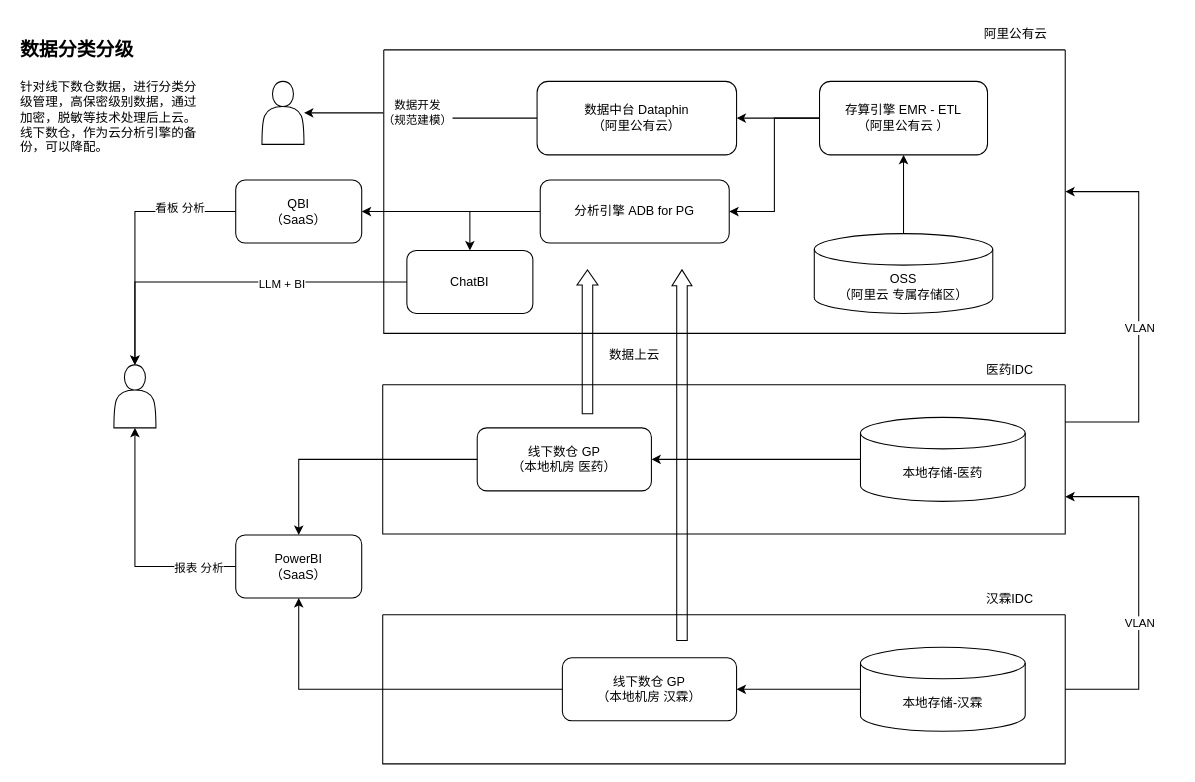
The draw.io diagram public/医药数据中台及BI.drawio in leestar991/agi-proxy, before the edit. Source tidied: cells renumbered, new cells numbered last; positions are measured from the earlier drawing's top-left corner, leaving out a move shared by most shapes. Both pictures are drawn from the tidied source at 105%, with x=0, y=0 at pixel (18, 18).
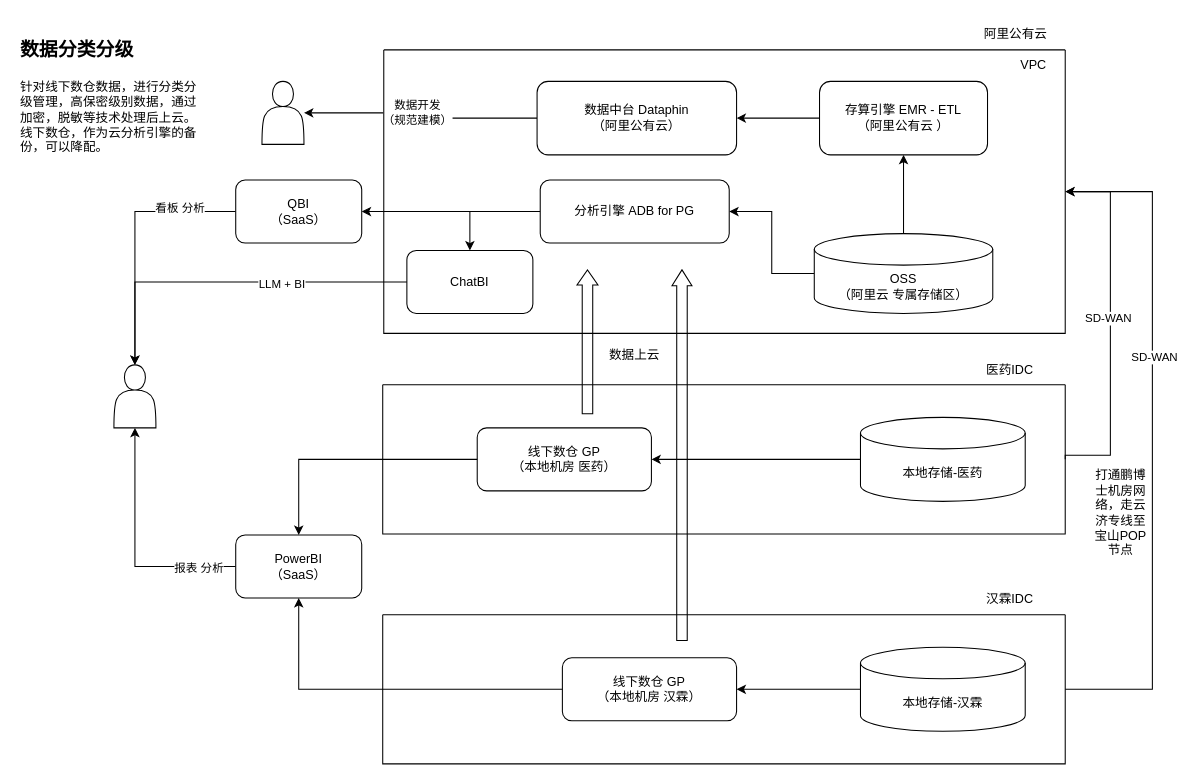
After the change.

Commit message:
更新医药数据中台及BI.drawio

The change refers to these unchanged cells:
```xml
<mxCell id="7" value="存算引擎&amp;nbsp;&lt;span style=&quot;background-color: initial;&quot;&gt;EMR - ETL&lt;/span&gt;&lt;div&gt;&lt;span style=&quot;background-color: initial;&quot;&gt;（阿里公有云 ）&lt;/span&gt;&lt;/div&gt;" style="rounded=1;whiteSpace=wrap;html=1;" parent="1" vertex="1">
  <mxGeometry x="763" y="60" width="160" height="70" as="geometry" />
</mxCell>
<mxCell id="9" value="OSS&lt;div&gt;（阿里云 专属存储区）&lt;/div&gt;" style="shape=cylinder3;whiteSpace=wrap;html=1;boundedLbl=1;backgroundOutline=1;size=15;" parent="1" vertex="1">
  <mxGeometry x="758" y="205" width="170" height="76" as="geometry" />
</mxCell>
<mxCell id="13" value="分析引擎 ADB for PG" style="rounded=1;whiteSpace=wrap;html=1;" parent="1" vertex="1">
  <mxGeometry x="497" y="154" width="180" height="60" as="geometry" />
</mxCell>
<mxCell id="24" style="swimlane;startSize=0;" parent="21" vertex="1">
  <mxGeometry y="29" width="650" height="142" as="geometry" />
</mxCell>
<mxCell id="31" style="swimlane;startSize=0;" parent="28" vertex="1">
  <mxGeometry y="30" width="650" height="142" as="geometry" />
</mxCell>
<mxCell id="34" style="swimlane;startSize=0;" parent="1" vertex="1">
  <mxGeometry x="348" y="30" width="649" height="270" as="geometry" />
</mxCell>
```

Diff of the diagram source:
```diff
@@
-    <mxCell id="6" style="edgeStyle=orthogonalEdgeStyle;rounded=0;jettySize=auto;html=1;entryX=1;entryY=0.5;entryDx=0;entryDy=0;" parent="1" edge="1" source="7" target="13">
-      <mxGeometry relative="1" as="geometry" />
-    </mxCell>
@@
+    <mxCell id="48" style="edgeStyle=orthogonalEdgeStyle;rounded=0;jettySize=auto;html=1;" parent="1" edge="1" source="9" target="13">
+      <mxGeometry relative="1" as="geometry" />
+    </mxCell>
@@
+    <mxCell id="49" value="VPC" style="text;html=1;align=center;verticalAlign=middle;whiteSpace=wrap;rounded=0;" parent="34" vertex="1">
+      <mxGeometry x="589" width="60" height="30" as="geometry" />
+    </mxCell>
@@
-    <mxCell id="37" style="edgeStyle=orthogonalEdgeStyle;rounded=0;jettySize=auto;html=1;entryX=1;entryY=0.5;entryDx=0;entryDy=0;exitX=1;exitY=0.25;exitDx=0;exitDy=0;" parent="1" edge="1" source="24" target="34">
+    <mxCell id="37" style="edgeStyle=orthogonalEdgeStyle;rounded=0;jettySize=auto;html=1;entryX=1;entryY=0.5;entryDx=0;entryDy=0;exitX=1;exitY=0.5;exitDx=0;exitDy=0;" parent="1" edge="1" source="24" target="34">
       <mxGeometry relative="1" as="geometry">
         <Array as="points">
-          <mxPoint x="1067" y="385" />
-          <mxPoint x="1067" y="165" />
+          <mxPoint x="997" y="416" />
+          <mxPoint x="1040" y="416" />
+          <mxPoint x="1040" y="165" />
         </Array>
       </mxGeometry>
     </mxCell>
-    <mxCell id="38" value="VLAN" style="edgeLabel;html=1;align=center;verticalAlign=middle;" parent="37" vertex="1">
-      <mxGeometry x="-0.11" relative="1" as="geometry" />
-    </mxCell>
-    <mxCell id="39" style="edgeStyle=orthogonalEdgeStyle;rounded=0;jettySize=auto;html=1;entryX=1;entryY=0.75;entryDx=0;entryDy=0;exitX=1;exitY=0.5;exitDx=0;exitDy=0;" parent="1" edge="1" source="31" target="24">
-      <mxGeometry relative="1" as="geometry">
-        <Array as="points">
-          <mxPoint x="1067" y="639" />
-          <mxPoint x="1067" y="456" />
-        </Array>
-      </mxGeometry>
-    </mxCell>
-    <mxCell id="40" value="VLAN" style="edgeLabel;html=1;align=center;verticalAlign=middle;" parent="39" vertex="1">
-      <mxGeometry x="-0.17" relative="1" as="geometry" />
-    </mxCell>
+    <mxCell id="50" value="SD-WAN" style="edgeLabel;html=1;align=center;verticalAlign=middle;" parent="37" vertex="1">
+      <mxGeometry x="0.05" y="3" relative="1" as="geometry">
+        <mxPoint y="1" as="offset" />
+      </mxGeometry>
+    </mxCell>
@@
-    <mxCell id="43" style="shape=flexArrow;endArrow=classic;html=1;rounded=0;endWidth=8;endSize=4.73;entryX=0.75;entryY=1;entryDx=0;entryDy=0;" parent="1" edge="1">
-      <mxGeometry relative="1" as="geometry">
-        <mxPoint x="632" y="593" as="sourcePoint" />
-        <mxPoint x="632" y="239" as="targetPoint" />
-      </mxGeometry>
-    </mxCell>
@@
+    <mxCell id="43" style="shape=flexArrow;endArrow=classic;html=1;rounded=0;endWidth=8;endSize=4.73;entryX=0.75;entryY=1;entryDx=0;entryDy=0;" parent="1" edge="1">
+      <mxGeometry relative="1" as="geometry">
+        <mxPoint x="632" y="593" as="sourcePoint" />
+        <mxPoint x="632" y="239" as="targetPoint" />
+      </mxGeometry>
+    </mxCell>
+    <mxCell id="51" style="edgeStyle=orthogonalEdgeStyle;rounded=0;jettySize=auto;html=1;entryX=1;entryY=0.5;entryDx=0;entryDy=0;exitX=1;exitY=0.5;exitDx=0;exitDy=0;" parent="1" edge="1" source="31" target="34">
+      <mxGeometry relative="1" as="geometry">
+        <Array as="points">
+          <mxPoint x="1080" y="639" />
+          <mxPoint x="1080" y="165" />
+        </Array>
+      </mxGeometry>
+    </mxCell>
+    <mxCell id="52" value="SD-WAN" style="edgeLabel;html=1;align=center;verticalAlign=middle;" parent="51" vertex="1">
+      <mxGeometry x="0.25" y="-1" relative="1" as="geometry" />
+    </mxCell>
+    <mxCell id="53" value="打通鹏博士机房网络，走云济专线至宝山POP节点" style="text;html=1;align=center;verticalAlign=middle;whiteSpace=wrap;rounded=0;" parent="1" vertex="1">
+      <mxGeometry x="1020" y="456" width="60" height="30" as="geometry" />
+    </mxCell>
```
